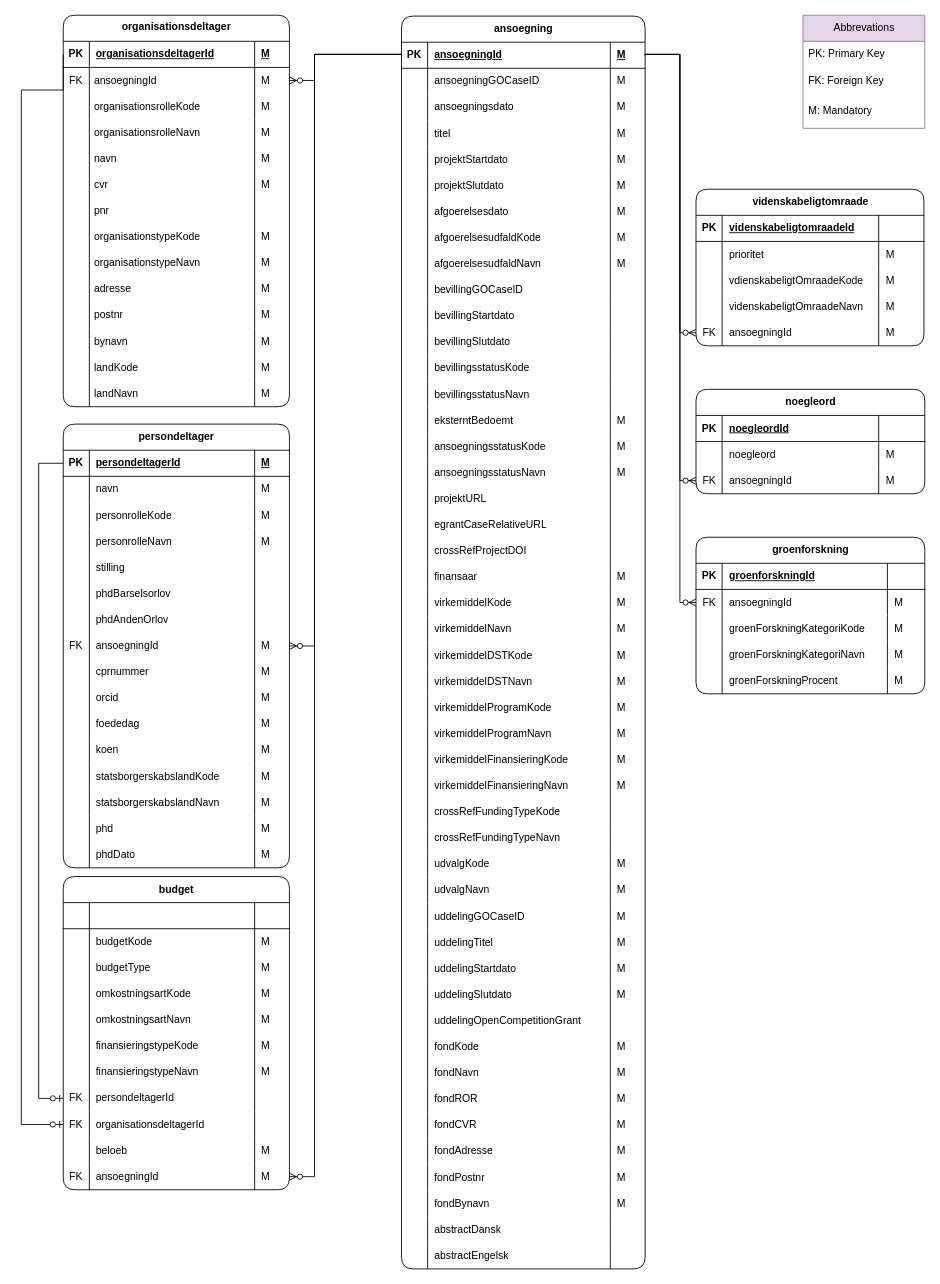
The draw.io diagram page "NY Raw" (4 of 5) of Grants model.drawio in thomas-lange-dk/Grants, before the edit. Source tidied: cells renumbered, new cells numbered last; positions are measured from the earlier drawing's top-left corner, leaving out a move shared by most shapes. Both pictures are drawn from the tidied source at 87%, with x=0, y=0 at pixel (21, 15).
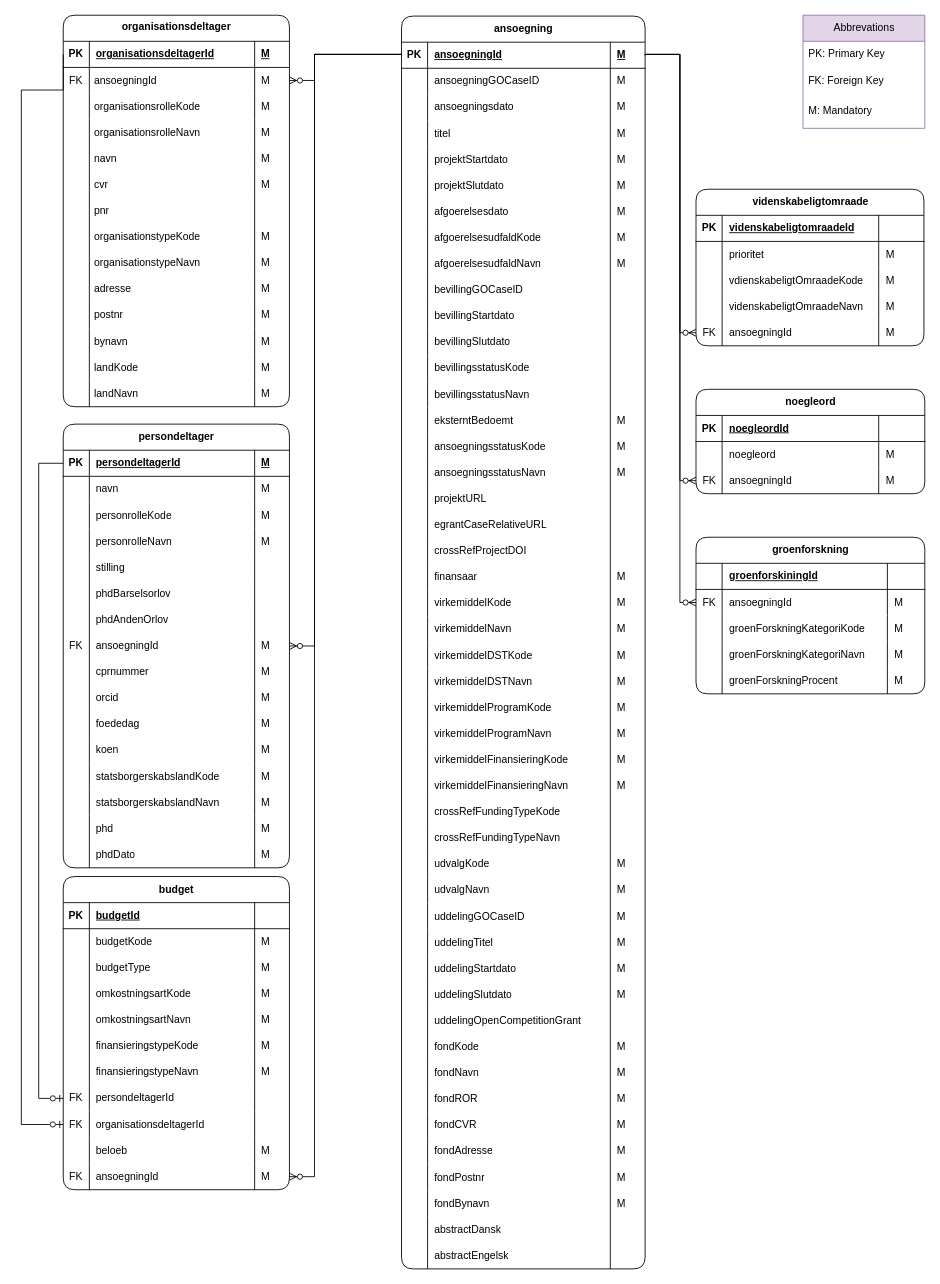
The same diagram, later.

The change refers to these unchanged cells:
```xml
<mxCell id="353" style="shape=tableRow;horizontal=0;startSize=0;swimlaneHead=0;swimlaneBody=0;fillColor=none;top=0;left=0;right=0;bottom=1;shadow=0;" parent="352" vertex="1">
  <mxGeometry y="30" width="260" height="30" as="geometry" />
</mxCell>
<mxCell id="404" style="shape=tableRow;horizontal=0;startSize=0;swimlaneHead=0;swimlaneBody=0;fillColor=none;top=0;left=0;right=0;bottom=1;shadow=0;" parent="403" vertex="1">
  <mxGeometry y="30" width="263" height="30" as="geometry" />
</mxCell>
```

What changed in the source:
```diff
@@
-    <mxCell id="354" style="shape=partialRectangle;fillColor=none;top=0;left=0;bottom=0;right=0;fontStyle=1;overflow=hidden;whiteSpace=wrap;html=1;shadow=0;" parent="353" vertex="1">
+    <mxCell id="354" value="PK" style="shape=partialRectangle;fillColor=none;top=0;left=0;bottom=0;right=0;fontStyle=1;overflow=hidden;whiteSpace=wrap;html=1;shadow=0;" parent="353" vertex="1">
       <mxGeometry width="30" height="30" as="geometry" />
     </mxCell>
-    <mxCell id="355" style="shape=partialRectangle;fillColor=none;top=0;left=0;bottom=0;right=0;align=left;spacingLeft=6;fontStyle=5;overflow=hidden;whiteSpace=wrap;html=1;shadow=0;" parent="353" vertex="1">
+    <mxCell id="355" value="budgetId" style="shape=partialRectangle;fillColor=none;top=0;left=0;bottom=0;right=0;align=left;spacingLeft=6;fontStyle=5;overflow=hidden;whiteSpace=wrap;html=1;shadow=0;" parent="353" vertex="1">
       <mxGeometry x="30" width="190" height="30" as="geometry" />
     </mxCell>
@@
-    <mxCell id="405" value="PK" style="shape=partialRectangle;fillColor=none;top=0;left=0;bottom=0;right=0;fontStyle=1;overflow=hidden;whiteSpace=wrap;html=1;shadow=0;" parent="404" vertex="1">
+    <mxCell id="405" style="shape=partialRectangle;fillColor=none;top=0;left=0;bottom=0;right=0;fontStyle=1;overflow=hidden;whiteSpace=wrap;html=1;shadow=0;" parent="404" vertex="1">
       <mxGeometry width="30" height="30" as="geometry" />
     </mxCell>
-    <mxCell id="406" value="groenforskningId" style="shape=partialRectangle;fillColor=none;top=0;left=0;bottom=0;right=0;align=left;spacingLeft=6;fontStyle=5;overflow=hidden;whiteSpace=wrap;html=1;shadow=0;" parent="404" vertex="1">
+    <mxCell id="406" value="groenforskiningId" style="shape=partialRectangle;fillColor=none;top=0;left=0;bottom=0;right=0;align=left;spacingLeft=6;fontStyle=5;overflow=hidden;whiteSpace=wrap;html=1;shadow=0;" parent="404" vertex="1">
       <mxGeometry x="30" width="190" height="30" as="geometry" />
     </mxCell>
```
